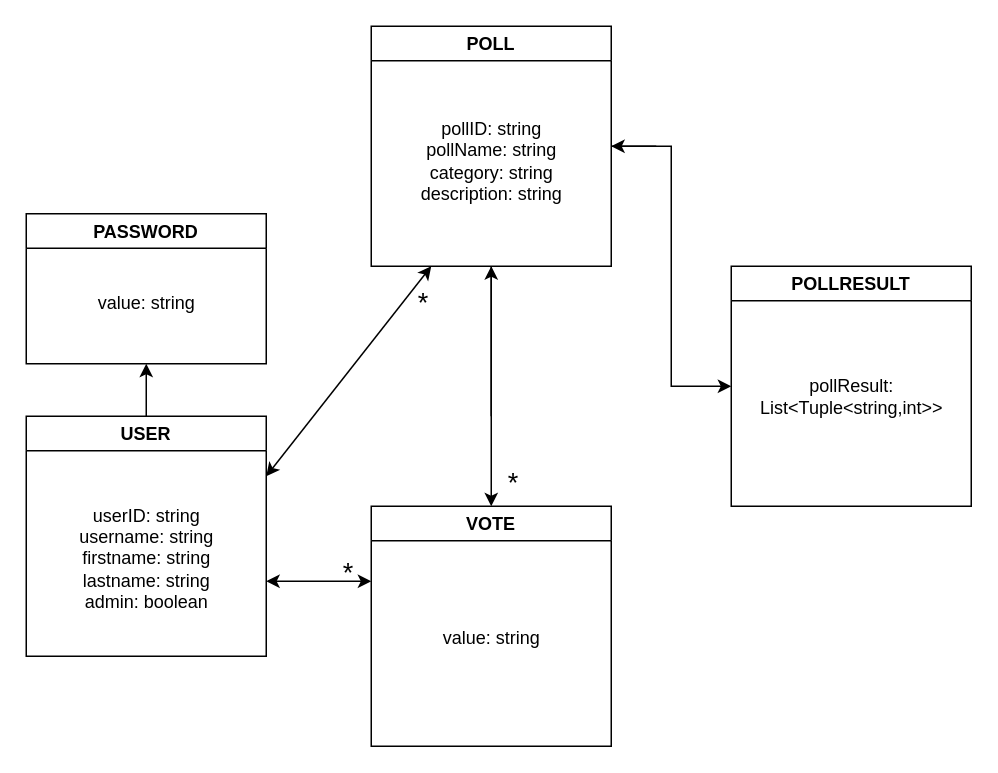
Earlier version of the draw.io diagram Assignments/AssignmentA/DomainModel/domainmodel.drawio (LisaEliassen/DAT250_Project). Source tidied: cells renumbered, new cells numbered last; positions are measured from the earlier drawing's top-left corner, leaving out a move shared by most shapes. Both pictures are drawn from the tidied source at 150%, with x=0, y=0 at pixel (26, 26).
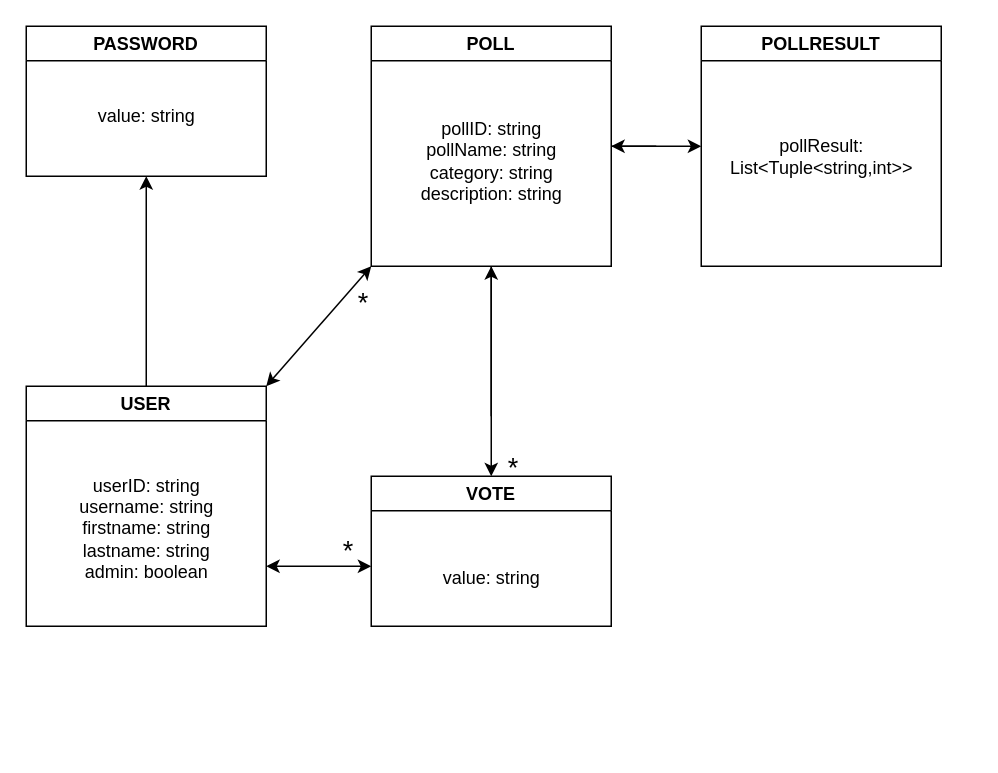
The same page after the edit.

The change refers to these unchanged cells:
```xml
<mxCell id="5" value="POLL" style="swimlane;" parent="1" vertex="1">
  <mxGeometry x="230" width="160" height="160" as="geometry" />
</mxCell>
```

The edit, as a diff of the source:
```diff
@@
     <mxCell id="2" value="USER" style="swimlane;" parent="1" vertex="1">
-      <mxGeometry y="260" width="160" height="160" as="geometry" />
+      <mxGeometry y="240" width="160" height="160" as="geometry" />
     </mxCell>
@@
     <mxCell id="7" value="VOTE" style="swimlane;" parent="1" vertex="1">
-      <mxGeometry x="230" y="320" width="160" height="160" as="geometry" />
+      <mxGeometry x="230" y="300" width="160" height="100" as="geometry" />
     </mxCell>
     <mxCell id="8" value="&lt;br&gt;value: string" style="text;html=1;align=center;verticalAlign=middle;strokeColor=none;fillColor=none;" parent="7" vertex="1">
-      <mxGeometry x="35" y="60" width="90" height="40" as="geometry" />
+      <mxGeometry x="35" y="40" width="90" height="40" as="geometry" />
     </mxCell>
+    <mxCell id="20" value="&lt;font style=&quot;font-size: 18px;&quot;&gt;*&lt;/font&gt;" style="text;html=1;strokeColor=none;fillColor=none;align=center;verticalAlign=middle;whiteSpace=wrap;rounded=0;" parent="7" vertex="1">
+      <mxGeometry x="70" y="-20" width="50" height="30" as="geometry" />
+    </mxCell>
     <mxCell id="9" value="POLLRESULT" style="swimlane;" parent="1" vertex="1">
-      <mxGeometry x="470" y="160" width="160" height="160" as="geometry" />
+      <mxGeometry x="450" width="160" height="160" as="geometry" />
     </mxCell>
@@
     <mxCell id="14" value="PASSWORD" style="swimlane;" parent="1" vertex="1">
-      <mxGeometry y="125" width="160" height="100" as="geometry" />
+      <mxGeometry width="160" height="100" as="geometry" />
     </mxCell>
@@
-    <mxCell id="17" style="endArrow=classic;startArrow=classic;html=1;rounded=0;entryX=0.25;entryY=1;entryDx=0;entryDy=0;exitX=1;exitY=0.25;exitDx=0;exitDy=0;" parent="1" edge="1" source="2" target="5">
+    <mxCell id="17" style="endArrow=classic;startArrow=classic;html=1;rounded=0;entryX=0;entryY=1;entryDx=0;entryDy=0;exitX=1;exitY=0;exitDx=0;exitDy=0;" parent="1" edge="1" source="2" target="5">
       <mxGeometry relative="1" as="geometry" />
     </mxCell>
-    <mxCell id="18" style="endArrow=classic;startArrow=classic;html=1;rounded=0;" parent="1" edge="1">
-      <mxGeometry relative="1" as="geometry">
-        <mxPoint x="160" y="370" as="sourcePoint" />
-        <mxPoint x="230" y="370" as="targetPoint" />
-      </mxGeometry>
-    </mxCell>
+    <mxCell id="21" value="&lt;font style=&quot;font-size: 18px;&quot;&gt;*&lt;/font&gt;" style="text;html=1;strokeColor=none;fillColor=none;align=center;verticalAlign=middle;whiteSpace=wrap;rounded=0;" parent="1" vertex="1">
+      <mxGeometry x="200" y="170" width="50" height="30" as="geometry" />
+    </mxCell>
     <mxCell id="19" value="&lt;font style=&quot;font-size: 18px;&quot;&gt;*&lt;/font&gt;" style="text;html=1;strokeColor=none;fillColor=none;align=center;verticalAlign=middle;whiteSpace=wrap;rounded=0;" parent="1" vertex="1">
-      <mxGeometry x="190" y="350" width="50" height="30" as="geometry" />
+      <mxGeometry x="190" y="335" width="50" height="30" as="geometry" />
     </mxCell>
-    <mxCell id="20" value="&lt;font style=&quot;font-size: 18px;&quot;&gt;*&lt;/font&gt;" style="text;html=1;strokeColor=none;fillColor=none;align=center;verticalAlign=middle;whiteSpace=wrap;rounded=0;" parent="1" vertex="1">
-      <mxGeometry x="300" y="290" width="50" height="30" as="geometry" />
-    </mxCell>
-    <mxCell id="21" value="&lt;font style=&quot;font-size: 18px;&quot;&gt;*&lt;/font&gt;" style="text;html=1;strokeColor=none;fillColor=none;align=center;verticalAlign=middle;whiteSpace=wrap;rounded=0;" parent="1" vertex="1">
-      <mxGeometry x="240" y="170" width="50" height="30" as="geometry" />
-    </mxCell>
+    <mxCell id="22" style="endArrow=classic;startArrow=classic;html=1;rounded=0;" parent="1" edge="1">
+      <mxGeometry relative="1" as="geometry">
+        <mxPoint x="160" y="360" as="sourcePoint" />
+        <mxPoint x="230" y="360" as="targetPoint" />
+      </mxGeometry>
+    </mxCell>
```
